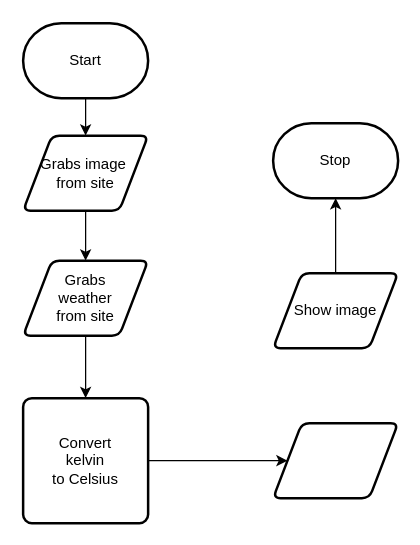
Above: flowchart.drawio in maliksalem1/ICS2O-UNIT-6-03-HTML (draw.io), before the change. Source tidied: cells renumbered, new cells numbered last; positions are measured from the earlier drawing's top-left corner, leaving out a move shared by most shapes. Both pictures are drawn from the tidied source at 125%, with x=0, y=0 at pixel (22, 22).
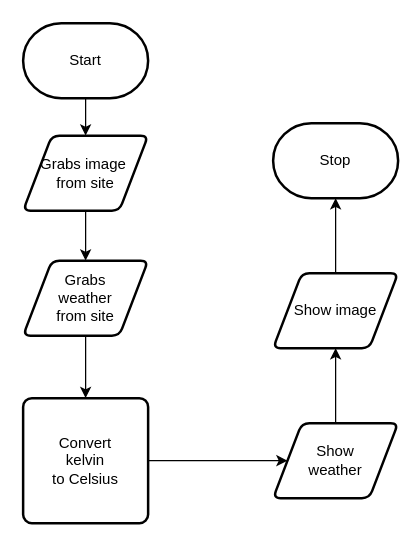
After the change.

The edit, as a diff of the source:
```diff
@@
 <mxGraphModel>
   <root>
     <mxCell id="0" />
     <mxCell id="1" parent="0" />
     <mxCell id="2" style="edgeStyle=none;html=1;" parent="1" edge="1" source="3" target="5">
       <mxGeometry relative="1" as="geometry" />
     </mxCell>
     <mxCell id="3" value="Start" style="strokeWidth=2;html=1;shape=mxgraph.flowchart.terminator;whiteSpace=wrap;" parent="1" vertex="1">
       <mxGeometry width="100" height="60" as="geometry" />
     </mxCell>
     <mxCell id="4" style="edgeStyle=none;html=1;" parent="1" edge="1" source="5" target="7">
       <mxGeometry relative="1" as="geometry" />
     </mxCell>
     <mxCell id="5" value="Grabs image&amp;nbsp;&lt;br&gt;from site" style="shape=parallelogram;html=1;strokeWidth=2;perimeter=parallelogramPerimeter;whiteSpace=wrap;rounded=1;arcSize=12;size=0.23;" parent="1" vertex="1">
       <mxGeometry y="90" width="100" height="60" as="geometry" />
     </mxCell>
     <mxCell id="6" style="edgeStyle=none;html=1;" parent="1" edge="1" source="7" target="13">
       <mxGeometry relative="1" as="geometry" />
     </mxCell>
     <mxCell id="7" value="Grabs &lt;br&gt;weather&lt;br&gt;from site" style="shape=parallelogram;html=1;strokeWidth=2;perimeter=parallelogramPerimeter;whiteSpace=wrap;rounded=1;arcSize=12;size=0.23;" parent="1" vertex="1">
       <mxGeometry y="190" width="100" height="60" as="geometry" />
     </mxCell>
+    <mxCell id="14" style="edgeStyle=none;html=1;" parent="1" edge="1" source="8" target="10">
+      <mxGeometry relative="1" as="geometry" />
+    </mxCell>
-    <mxCell id="8" style="shape=parallelogram;html=1;strokeWidth=2;perimeter=parallelogramPerimeter;whiteSpace=wrap;rounded=1;arcSize=12;size=0.23;" parent="1" vertex="1">
+    <mxCell id="8" value="Show &lt;br&gt;weather" style="shape=parallelogram;html=1;strokeWidth=2;perimeter=parallelogramPerimeter;whiteSpace=wrap;rounded=1;arcSize=12;size=0.23;" parent="1" vertex="1">
       <mxGeometry x="200" y="320" width="100" height="60" as="geometry" />
     </mxCell>
     <mxCell id="9" style="edgeStyle=none;html=1;" parent="1" edge="1" source="10" target="11">
       <mxGeometry relative="1" as="geometry" />
     </mxCell>
     <mxCell id="10" value="Show image" style="shape=parallelogram;html=1;strokeWidth=2;perimeter=parallelogramPerimeter;whiteSpace=wrap;rounded=1;arcSize=12;size=0.23;" parent="1" vertex="1">
       <mxGeometry x="200" y="200" width="100" height="60" as="geometry" />
     </mxCell>
     <mxCell id="11" value="Stop" style="strokeWidth=2;html=1;shape=mxgraph.flowchart.terminator;whiteSpace=wrap;" parent="1" vertex="1">
       <mxGeometry x="200" y="80" width="100" height="60" as="geometry" />
     </mxCell>
     <mxCell id="12" style="edgeStyle=none;html=1;" parent="1" edge="1" source="13" target="8">
       <mxGeometry relative="1" as="geometry" />
     </mxCell>
     <mxCell id="13" value="&lt;span&gt;Convert&lt;/span&gt;&lt;br&gt;&lt;span&gt;kelvin&lt;/span&gt;&lt;br&gt;&lt;span&gt;to Celsius&lt;/span&gt;" style="rounded=1;whiteSpace=wrap;html=1;absoluteArcSize=1;arcSize=14;strokeWidth=2;" parent="1" vertex="1">
       <mxGeometry y="300" width="100" height="100" as="geometry" />
     </mxCell>
   </root>
 </mxGraphModel>
```
